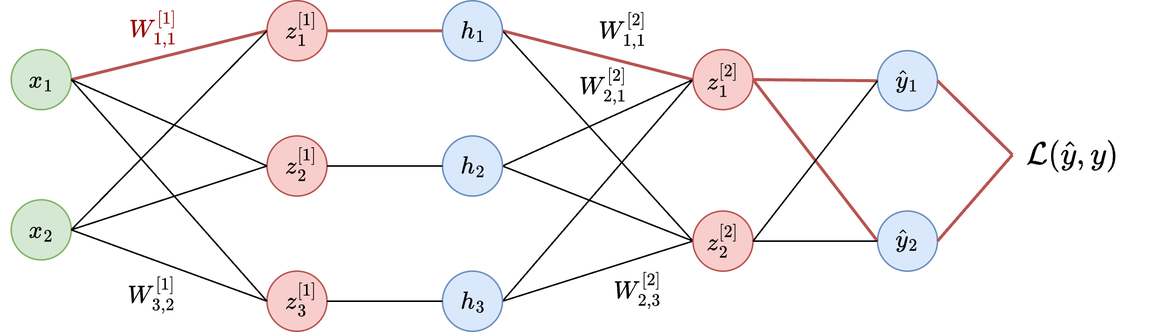
Above: my-website/content/posts/mnist_nn/images/full_network_highlighted.png in jordancoblin/jordancoblin.github.io (draw.io), before the change. Source tidied: cells renumbered, new cells last; positions are measured from the earlier drawing's top-left corner, leaving out a move shared by most shapes.
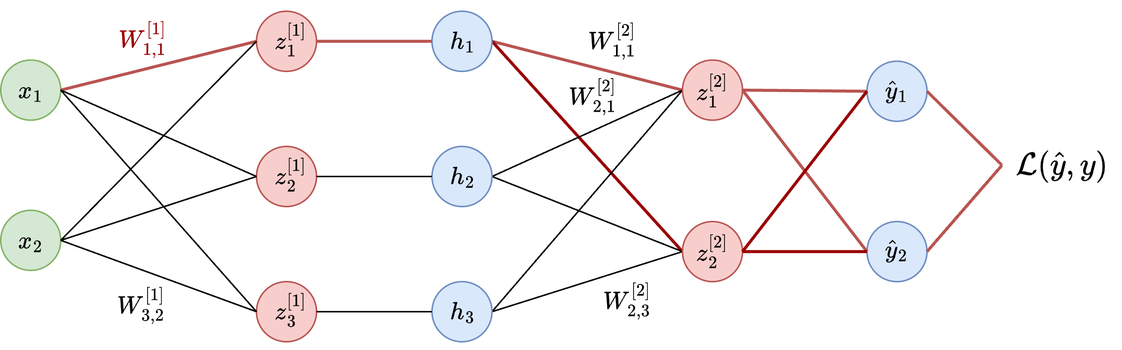
Later version of the same file.

Change to the diagram source:
```diff
@@ -5,7 +5,7 @@
     <mxCell id="2" style="endArrow=none;html=1;rounded=0;exitX=1;exitY=0.5;exitDx=0;exitDy=0;entryX=0;entryY=0.5;entryDx=0;entryDy=0;startArrow=none;startFill=0;endFill=0;strokeWidth=2;fillColor=#f8cecc;strokeColor=#b85450;" parent="1" edge="1" source="8" target="10">
       <mxGeometry relative="1" as="geometry" />
     </mxCell>
-    <mxCell id="3" style="endArrow=none;html=1;rounded=0;exitX=1;exitY=0.5;exitDx=0;exitDy=0;entryX=0;entryY=0.5;entryDx=0;entryDy=0;endFill=0;" parent="1" edge="1" source="8" target="14">
+    <mxCell id="3" style="endArrow=none;html=1;rounded=0;exitX=1;exitY=0.5;exitDx=0;exitDy=0;entryX=0;entryY=0.5;entryDx=0;entryDy=0;endFill=0;strokeColor=#990000;strokeWidth=2;" parent="1" edge="1" source="8" target="14">
       <mxGeometry relative="1" as="geometry" />
     </mxCell>
     <mxCell id="4" style="endArrow=none;html=1;rounded=0;entryX=0;entryY=0.5;entryDx=0;entryDy=0;exitX=1;exitY=0.5;exitDx=0;exitDy=0;endFill=0;" parent="1" edge="1" source="12" target="14">
@@ -77,10 +77,10 @@
     <mxCell id="26" style="endArrow=none;html=1;rounded=0;exitX=1;exitY=0.5;exitDx=0;exitDy=0;entryX=0;entryY=0.5;entryDx=0;entryDy=0;fillColor=#f8cecc;strokeColor=#b85450;strokeWidth=2;" parent="1" edge="1" source="10" target="23">
       <mxGeometry relative="1" as="geometry" />
     </mxCell>
-    <mxCell id="27" style="endArrow=none;html=1;rounded=0;exitX=1;exitY=0.5;exitDx=0;exitDy=0;entryX=0;entryY=0.5;entryDx=0;entryDy=0;" parent="1" edge="1" source="14" target="19">
+    <mxCell id="27" style="endArrow=none;html=1;rounded=0;exitX=1;exitY=0.5;exitDx=0;exitDy=0;entryX=0;entryY=0.5;entryDx=0;entryDy=0;strokeColor=#990000;strokeWidth=2;" parent="1" edge="1" source="14" target="19">
       <mxGeometry relative="1" as="geometry" />
     </mxCell>
-    <mxCell id="28" style="endArrow=none;html=1;rounded=0;exitX=1;exitY=0.5;exitDx=0;exitDy=0;entryX=0;entryY=0.5;entryDx=0;entryDy=0;" parent="1" edge="1" source="14" target="23">
+    <mxCell id="28" style="endArrow=none;html=1;rounded=0;exitX=1;exitY=0.5;exitDx=0;exitDy=0;entryX=0;entryY=0.5;entryDx=0;entryDy=0;strokeColor=#990000;strokeWidth=2;" parent="1" edge="1" source="14" target="23">
       <mxGeometry relative="1" as="geometry" />
     </mxCell>
     <mxCell id="29" value="$$\mathcal{L}(\hat{y}, y)$$" style="text;html=1;align=center;verticalAlign=middle;whiteSpace=wrap;rounded=0;fontSize=18;" parent="1" vertex="1">
```
